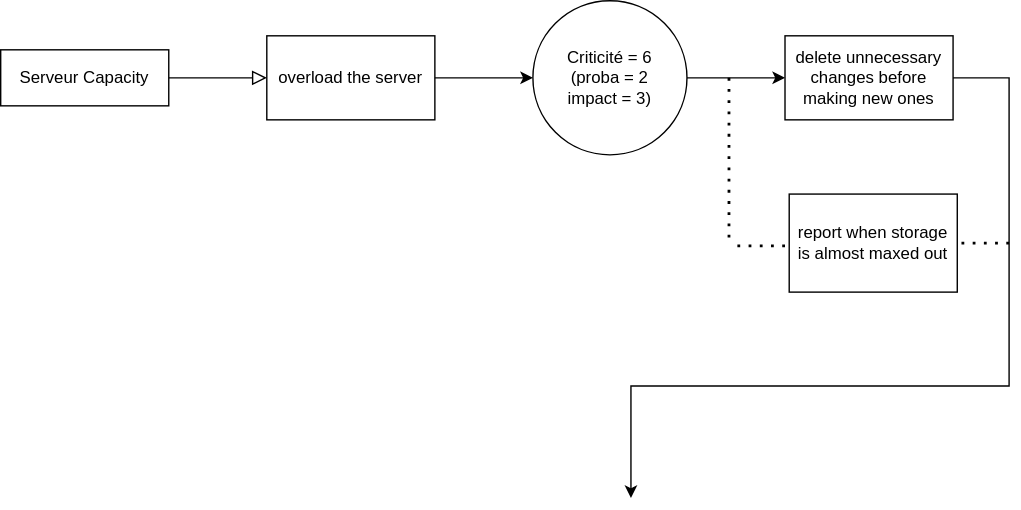
The draw.io diagram SAE S2_04.svg in nico38t/SAE-S2.04, before a commit. Source tidied: cells renumbered, new cells last; positions are measured from the earlier drawing's top-left corner, leaving out a move shared by most shapes.
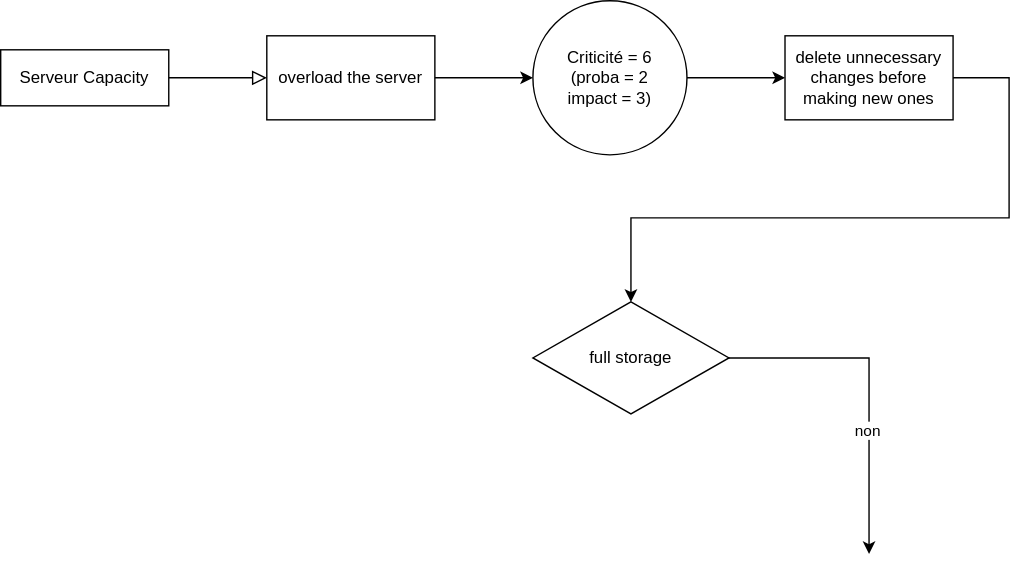
The same diagram one commit later.

Commit message:
Mettre à jour SAE S2_04.svg

Change to the diagram source:
```diff
@@ -23,35 +23,30 @@
     <mxCell id="8" style="endArrow=classic;html=1;rounded=0;exitX=1;exitY=0.5;exitDx=0;exitDy=0;entryX=0;entryY=0.5;entryDx=0;entryDy=0;" parent="1" edge="1" source="5" target="7">
       <mxGeometry relative="1" as="geometry" />
     </mxCell>
-    <mxCell id="9" style="endArrow=none;dashed=1;html=1;dashPattern=1 3;strokeWidth=2;rounded=0;" parent="1" edge="1">
-      <mxGeometry relative="1" as="geometry">
-        <mxPoint x="520" y="55" as="sourcePoint" />
-        <mxPoint x="520" y="175" as="targetPoint" />
-      </mxGeometry>
-    </mxCell>
-    <mxCell id="10" style="endArrow=none;dashed=1;html=1;dashPattern=1 3;strokeWidth=2;rounded=0;" parent="1" edge="1">
-      <mxGeometry relative="1" as="geometry">
-        <mxPoint x="560" y="175" as="sourcePoint" />
-        <mxPoint x="520" y="175" as="targetPoint" />
-      </mxGeometry>
-    </mxCell>
-    <mxCell id="11" value="report when storage is almost maxed out" style="rounded=0;whiteSpace=wrap;html=1;" parent="1" vertex="1">
-      <mxGeometry x="563" y="138" width="120" height="70" as="geometry" />
-    </mxCell>
     <mxCell id="12" style="endArrow=classic;html=1;rounded=0;exitX=1;exitY=0.5;exitDx=0;exitDy=0;" parent="1" edge="1" source="7">
       <mxGeometry relative="1" as="geometry">
-        <mxPoint x="450" y="355" as="targetPoint" />
+        <mxPoint x="450" y="215" as="targetPoint" />
         <Array as="points">
           <mxPoint x="720" y="55" />
-          <mxPoint x="720" y="275" />
-          <mxPoint x="450" y="275" />
+          <mxPoint x="720" y="155" />
+          <mxPoint x="600" y="155" />
+          <mxPoint x="450" y="155" />
         </Array>
       </mxGeometry>
     </mxCell>
-    <mxCell id="13" style="endArrow=none;dashed=1;html=1;dashPattern=1 3;strokeWidth=2;rounded=0;entryX=1;entryY=0.5;entryDx=0;entryDy=0;jumpSize=0;" parent="1" edge="1" target="11">
-      <mxGeometry relative="1" as="geometry">
-        <mxPoint x="720" y="173" as="sourcePoint" />
-      </mxGeometry>
-    </mxCell>
+    <mxCell id="14" value="full storage" style="rhombus;whiteSpace=wrap;html=1;" parent="1" vertex="1">
+      <mxGeometry x="380" y="215" width="140" height="80" as="geometry" />
+    </mxCell>
+    <mxCell id="15" style="endArrow=classic;html=1;rounded=0;exitX=1;exitY=0.5;exitDx=0;exitDy=0;" parent="1" edge="1" source="14">
+      <mxGeometry relative="1" as="geometry">
+        <mxPoint x="620" y="395" as="targetPoint" />
+        <Array as="points">
+          <mxPoint x="620" y="255" />
+        </Array>
+      </mxGeometry>
+    </mxCell>
+    <mxCell id="16" value="non" style="edgeLabel;html=1;align=center;verticalAlign=middle;" parent="15" vertex="1">
+      <mxGeometry x="0.27" y="-1" relative="1" as="geometry" />
+    </mxCell>
   </root>
 </mxGraphModel>
```
